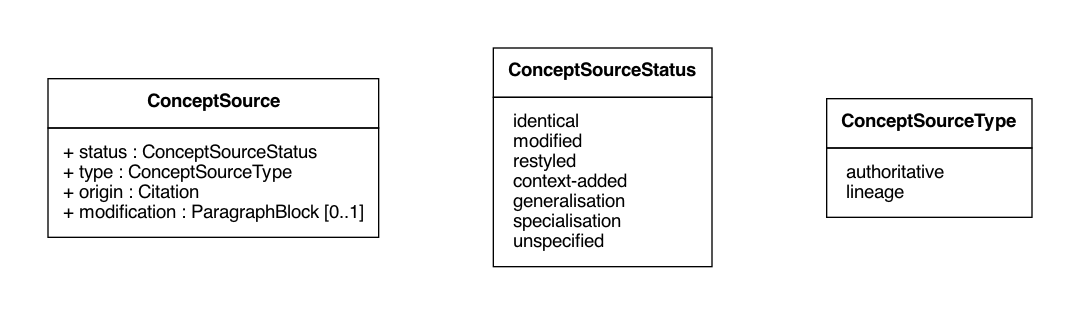
This is lutaml/ConceptSource.png from glossarist/concept-model, a Graphviz export, as it was before one commit. Its source is kept beside it as lutaml/ConceptSource.dot.
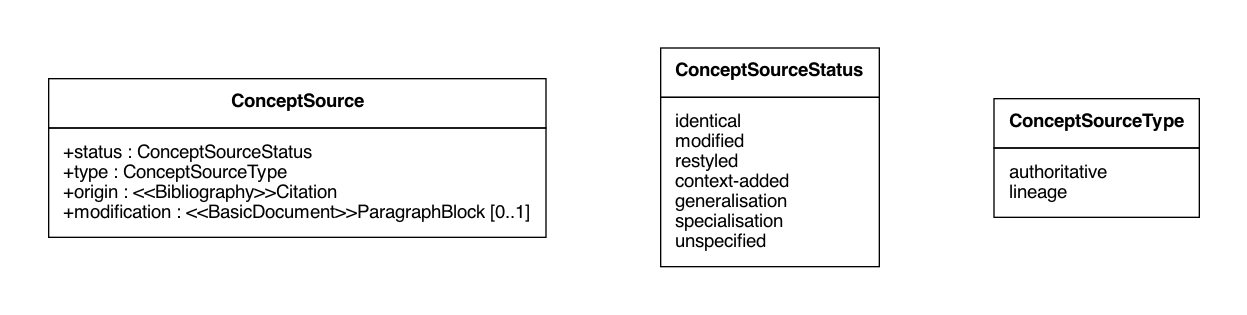
After the commit.

What changed in the source:
```diff
@@ -12,10 +12,10 @@
   <TR>
     <TD>
           <TABLE BORDER="0" CELLPADDING="0" CELLSPACING="0">
-            <TR><TD ALIGN="LEFT">+ status : ConceptSourceStatus </TD></TR>
-            <TR><TD ALIGN="LEFT">+ type : ConceptSourceType </TD></TR>
-            <TR><TD ALIGN="LEFT">+ origin : Citation </TD></TR>
-            <TR><TD ALIGN="LEFT">+ modification : ParagraphBlock &#91;0..1&#93;</TD></TR>
+            <TR><TD ALIGN="LEFT">+status : ConceptSourceStatus </TD></TR>
+            <TR><TD ALIGN="LEFT">+type : ConceptSourceType </TD></TR>
+            <TR><TD ALIGN="LEFT">+origin : &#60;&#60;Bibliography&#62;&#62;Citation </TD></TR>
+            <TR><TD ALIGN="LEFT">+modification : &#60;&#60;BasicDocument&#62;&#62;ParagraphBlock &#91;0..1&#93;</TD></TR>
           </TABLE>
         </TD>
   </TR>
@@ -32,13 +32,13 @@
   <TR>
     <TD>
           <TABLE BORDER="0" CELLPADDING="0" CELLSPACING="0">
-            <TR><TD ALIGN="LEFT"> identical</TD></TR>
-            <TR><TD ALIGN="LEFT"> modified</TD></TR>
-            <TR><TD ALIGN="LEFT"> restyled</TD></TR>
-            <TR><TD ALIGN="LEFT"> context-added</TD></TR>
-            <TR><TD ALIGN="LEFT"> generalisation</TD></TR>
-            <TR><TD ALIGN="LEFT"> specialisation</TD></TR>
-            <TR><TD ALIGN="LEFT"> unspecified</TD></TR>
+            <TR><TD ALIGN="LEFT">identical</TD></TR>
+            <TR><TD ALIGN="LEFT">modified</TD></TR>
+            <TR><TD ALIGN="LEFT">restyled</TD></TR>
+            <TR><TD ALIGN="LEFT">context-added</TD></TR>
+            <TR><TD ALIGN="LEFT">generalisation</TD></TR>
+            <TR><TD ALIGN="LEFT">specialisation</TD></TR>
+            <TR><TD ALIGN="LEFT">unspecified</TD></TR>
           </TABLE>
         </TD>
   </TR>
@@ -55,8 +55,8 @@
   <TR>
     <TD>
           <TABLE BORDER="0" CELLPADDING="0" CELLSPACING="0">
-            <TR><TD ALIGN="LEFT"> authoritative</TD></TR>
-            <TR><TD ALIGN="LEFT"> lineage</TD></TR>
+            <TR><TD ALIGN="LEFT">authoritative</TD></TR>
+            <TR><TD ALIGN="LEFT">lineage</TD></TR>
           </TABLE>
         </TD>
   </TR>
```
